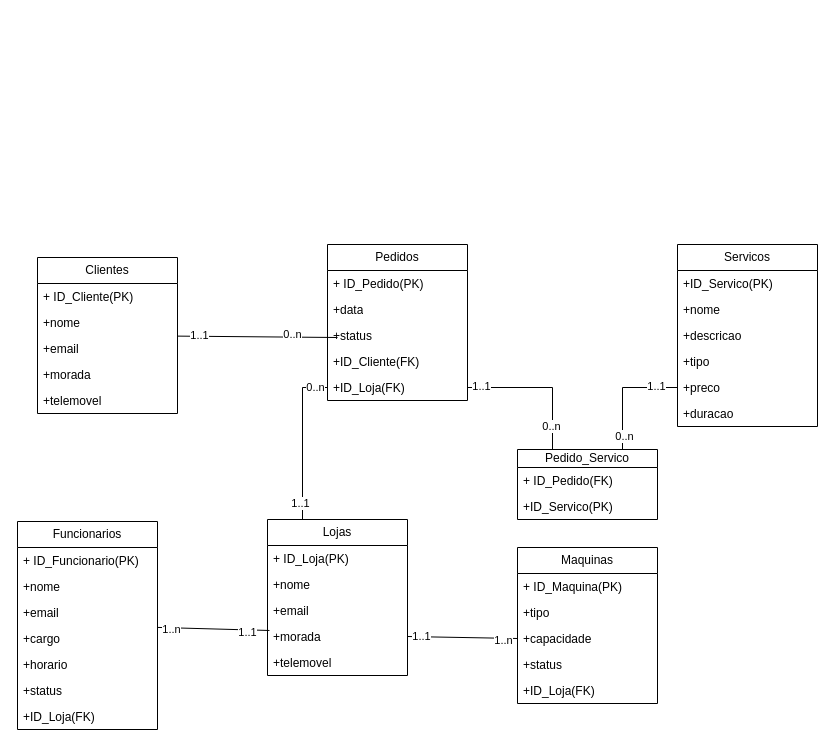
This is Diagrama sem nome.drawio from RuiSilva365/test1, a draw.io file, before an edit. Source tidied: cells renumbered, new cells numbered last; positions are measured from the earlier drawing's top-left corner, leaving out a move shared by most shapes. Both pictures are drawn from the tidied source at 100%, with x=0, y=0 at pixel (17, 244).
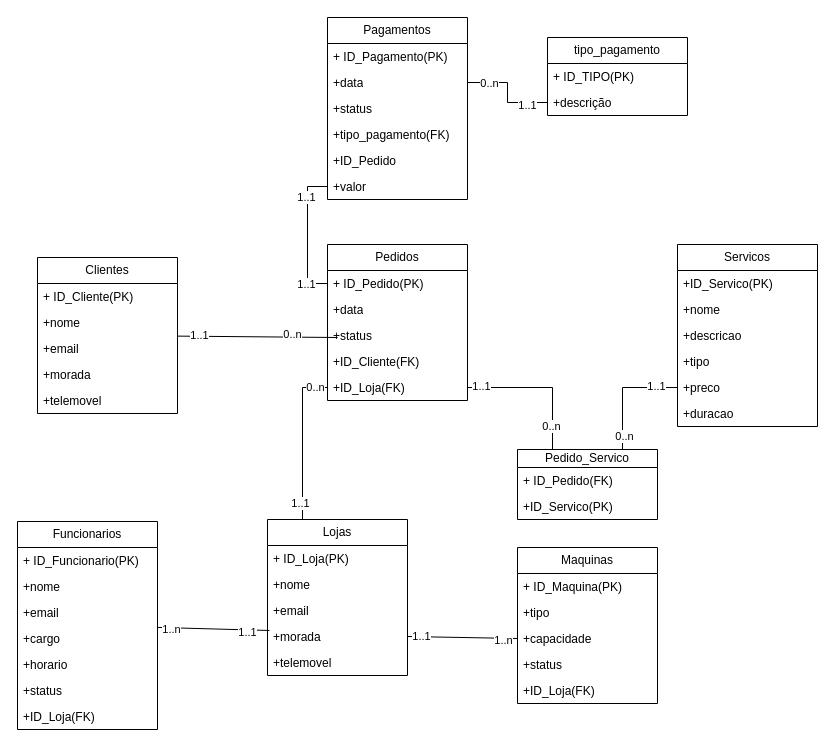
The same diagram, later.

The change refers to these unchanged cells:
```xml
<mxCell id="9" value="+ ID_Pedido(PK)" style="text;strokeColor=none;fillColor=none;align=left;verticalAlign=top;spacingLeft=4;spacingRight=4;overflow=hidden;points=[[0,0.5],[1,0.5]];portConstraint=eastwest;whiteSpace=wrap;html=1;" parent="8" vertex="1">
  <mxGeometry y="26" width="140" height="26" as="geometry" />
</mxCell>
```

Diff of the diagram source:
```diff
@@
+    <mxCell id="62" value="Pagamentos" style="swimlane;fontStyle=0;horizontal=1;startSize=26;fillColor=none;whiteSpace=wrap;html=1;" parent="1" vertex="1">
+      <mxGeometry x="310" y="-227" width="140" height="182" as="geometry" />
+    </mxCell>
+    <mxCell id="63" value="+ ID_Pagamento(PK)" style="text;strokeColor=none;fillColor=none;align=left;verticalAlign=top;spacingLeft=4;spacingRight=4;overflow=hidden;whiteSpace=wrap;html=1;" parent="62" vertex="1">
+      <mxGeometry y="26" width="140" height="26" as="geometry" />
+    </mxCell>
+    <mxCell id="64" value="+data" style="text;strokeColor=none;fillColor=none;align=left;verticalAlign=top;spacingLeft=4;spacingRight=4;overflow=hidden;points=[[0,0.5],[1,0.5]];portConstraint=eastwest;whiteSpace=wrap;html=1;" parent="62" vertex="1">
+      <mxGeometry y="52" width="140" height="26" as="geometry" />
+    </mxCell>
+    <mxCell id="65" value="+status" style="text;strokeColor=none;fillColor=none;align=left;verticalAlign=top;spacingLeft=4;spacingRight=4;overflow=hidden;whiteSpace=wrap;html=1;" parent="62" vertex="1">
+      <mxGeometry y="78" width="140" height="26" as="geometry" />
+    </mxCell>
+    <mxCell id="66" value="+tipo_pagamento(FK)" style="text;strokeColor=none;fillColor=none;align=left;verticalAlign=top;spacingLeft=4;spacingRight=4;overflow=hidden;whiteSpace=wrap;html=1;" parent="62" vertex="1">
+      <mxGeometry y="104" width="140" height="26" as="geometry" />
+    </mxCell>
+    <mxCell id="67" value="+ID_Pedido" style="text;strokeColor=none;fillColor=none;align=left;verticalAlign=top;spacingLeft=4;spacingRight=4;overflow=hidden;whiteSpace=wrap;html=1;" parent="62" vertex="1">
+      <mxGeometry y="130" width="140" height="26" as="geometry" />
+    </mxCell>
+    <mxCell id="68" value="+valor" style="text;strokeColor=none;fillColor=none;align=left;verticalAlign=top;spacingLeft=4;spacingRight=4;overflow=hidden;points=[[0,0.5],[1,0.5]];portConstraint=eastwest;whiteSpace=wrap;html=1;" parent="62" vertex="1">
+      <mxGeometry y="156" width="140" height="26" as="geometry" />
+    </mxCell>
+    <mxCell id="69" value="tipo_pagamento" style="swimlane;fontStyle=0;horizontal=1;startSize=26;fillColor=none;whiteSpace=wrap;html=1;" parent="1" vertex="1">
+      <mxGeometry x="530" y="-207" width="140" height="78" as="geometry" />
+    </mxCell>
+    <mxCell id="70" value="+ ID_TIPO(PK)" style="text;strokeColor=none;fillColor=none;align=left;verticalAlign=top;spacingLeft=4;spacingRight=4;overflow=hidden;whiteSpace=wrap;html=1;" parent="69" vertex="1">
+      <mxGeometry y="26" width="140" height="26" as="geometry" />
+    </mxCell>
+    <mxCell id="71" value="+descrição" style="text;strokeColor=none;fillColor=none;align=left;verticalAlign=top;spacingLeft=4;spacingRight=4;overflow=hidden;points=[[0,0.5],[1,0.5]];portConstraint=eastwest;whiteSpace=wrap;html=1;" parent="69" vertex="1">
+      <mxGeometry y="52" width="140" height="26" as="geometry" />
+    </mxCell>
+    <mxCell id="72" style="edgeStyle=orthogonalEdgeStyle;rounded=0;jettySize=auto;html=1;exitX=1;exitY=0.5;exitDx=0;exitDy=0;entryX=0;entryY=0.5;entryDx=0;entryDy=0;endArrow=none;endFill=0;" parent="1" edge="1" source="64" target="71">
+      <mxGeometry relative="1" as="geometry" />
+    </mxCell>
+    <mxCell id="73" value="0..n" style="edgeLabel;html=1;align=center;verticalAlign=middle;" parent="72" vertex="1">
+      <mxGeometry x="-0.59" relative="1" as="geometry" />
+    </mxCell>
+    <mxCell id="74" value="1..1" style="edgeLabel;html=1;align=center;verticalAlign=middle;" parent="72" vertex="1">
+      <mxGeometry x="0.58" y="-2" relative="1" as="geometry" />
+    </mxCell>
+    <mxCell id="75" style="edgeStyle=orthogonalEdgeStyle;rounded=0;jettySize=auto;html=1;exitX=0;exitY=0.5;exitDx=0;exitDy=0;entryX=0;entryY=0.5;entryDx=0;entryDy=0;endArrow=none;endFill=0;" parent="1" edge="1" source="68" target="9">
+      <mxGeometry relative="1" as="geometry" />
+    </mxCell>
+    <mxCell id="76" value="1..1" style="edgeLabel;html=1;align=center;verticalAlign=middle;" parent="75" vertex="1">
+      <mxGeometry x="-0.56" y="-2" relative="1" as="geometry" />
+    </mxCell>
+    <mxCell id="77" value="1..1" style="edgeLabel;html=1;align=center;verticalAlign=middle;" parent="75" vertex="1">
+      <mxGeometry x="0.71" y="-2" relative="1" as="geometry">
+        <mxPoint x="-2" y="-2" as="offset" />
+      </mxGeometry>
+    </mxCell>
```
